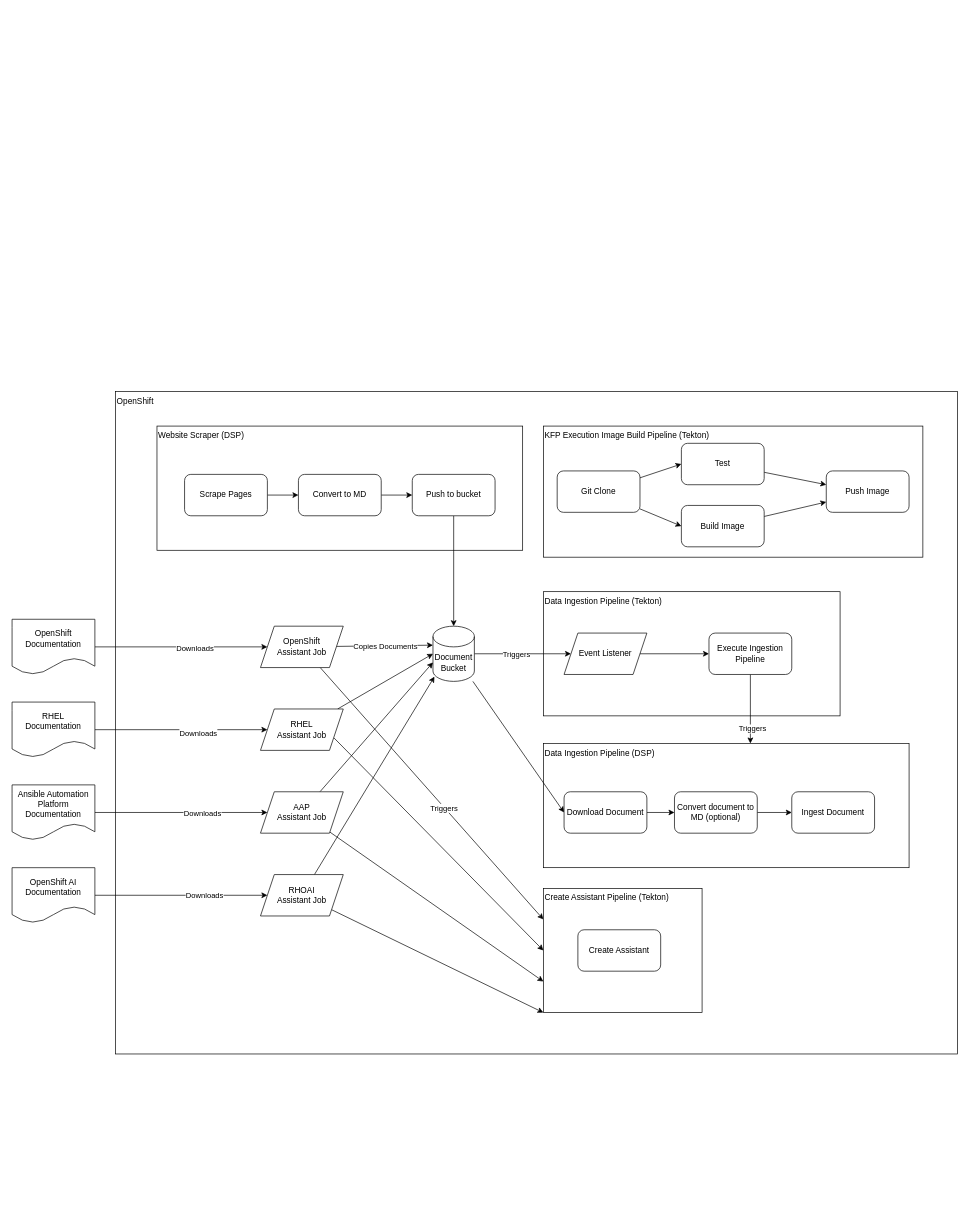
Before: architecture/possible-future-state.drawio in redhat-composer-ai/data-ingestion, a draw.io diagram. Source tidied: cells renumbered, new cells numbered last; positions are measured from the earlier drawing's top-left corner, leaving out a move shared by most shapes. Both pictures are drawn from the tidied source at 69%, with x=0, y=0 at pixel (12, 391).
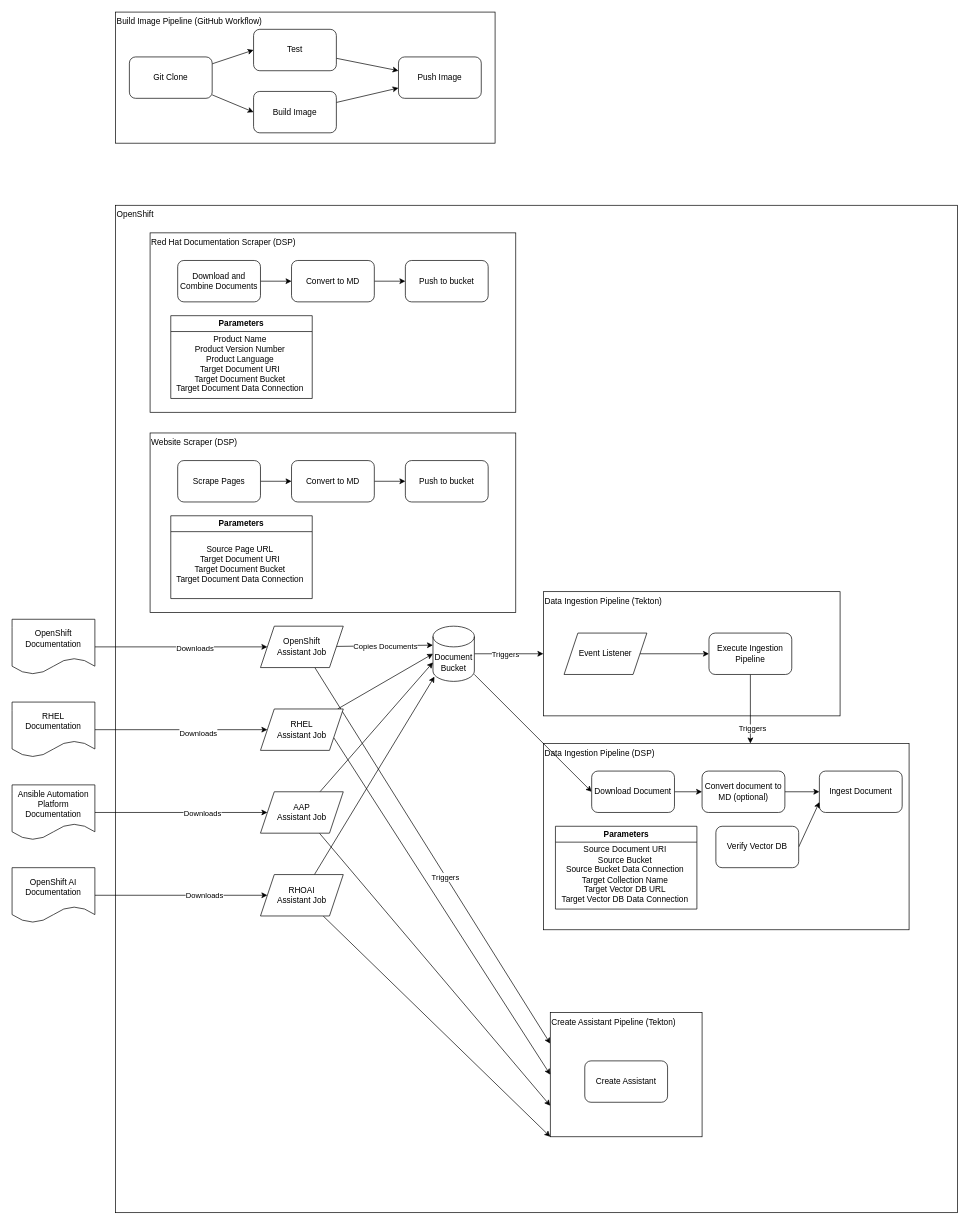
Above is the later version.

Commit message (it also covers changes not shown here):
add parameters and red aht documentation scraper

The change refers to these unchanged cells:
```xml
<mxCell id="13" value="Data Ingestion Pipeline (Tekton)" style="rounded=0;whiteSpace=wrap;html=1;align=left;verticalAlign=top;" parent="1" vertex="1">
  <mxGeometry x="770" y="290" width="430" height="180" as="geometry" />
</mxCell>
<mxCell id="15" value="Event Listener" style="shape=parallelogram;perimeter=parallelogramPerimeter;whiteSpace=wrap;html=1;fixedSize=1;" parent="1" vertex="1">
  <mxGeometry x="800" y="350" width="120" height="60" as="geometry" />
</mxCell>
<mxCell id="22" value="Document&lt;br&gt;Bucket" style="shape=cylinder3;whiteSpace=wrap;html=1;boundedLbl=1;backgroundOutline=1;size=15;" parent="1" vertex="1">
  <mxGeometry x="610" y="340" width="60" height="80" as="geometry" />
</mxCell>
```

Diff of the diagram source:
```diff
@@
     <mxCell id="2" value="OpenShift" style="rounded=0;whiteSpace=wrap;html=1;align=left;verticalAlign=top;" parent="1" vertex="1">
-      <mxGeometry x="150" width="1220" height="960" as="geometry" />
+      <mxGeometry x="150" y="-270" width="1220" height="1460" as="geometry" />
     </mxCell>
     <mxCell id="3" value="Data Ingestion Pipeline (DSP)" style="rounded=0;whiteSpace=wrap;html=1;align=left;verticalAlign=top;" parent="1" vertex="1">
-      <mxGeometry x="770" y="510" width="530" height="180" as="geometry" />
+      <mxGeometry x="770" y="510" width="530" height="270" as="geometry" />
     </mxCell>
-    <mxCell id="4" value="KFP Execution Image Build Pipeline (Tekton)" style="rounded=0;whiteSpace=wrap;html=1;align=left;verticalAlign=top;" parent="1" vertex="1">
-      <mxGeometry x="770" y="50" width="550" height="190" as="geometry" />
+    <mxCell id="4" value="Build Image Pipeline (GitHub Workflow)" style="rounded=0;whiteSpace=wrap;html=1;align=left;verticalAlign=top;" parent="1" vertex="1">
+      <mxGeometry x="150" y="-550" width="550" height="190" as="geometry" />
     </mxCell>
@@
     <mxCell id="7" value="Git Clone" style="rounded=1;whiteSpace=wrap;html=1;" parent="1" vertex="1">
-      <mxGeometry x="790" y="115" width="120" height="60" as="geometry" />
+      <mxGeometry x="170" y="-485" width="120" height="60" as="geometry" />
     </mxCell>
@@
     <mxCell id="9" value="Test" style="rounded=1;whiteSpace=wrap;html=1;" parent="1" vertex="1">
-      <mxGeometry x="970" y="75" width="120" height="60" as="geometry" />
+      <mxGeometry x="350" y="-525" width="120" height="60" as="geometry" />
     </mxCell>
@@
     <mxCell id="11" value="Build Image" style="rounded=1;whiteSpace=wrap;html=1;" parent="1" vertex="1">
-      <mxGeometry x="970" y="165" width="120" height="60" as="geometry" />
+      <mxGeometry x="350" y="-435" width="120" height="60" as="geometry" />
     </mxCell>
     <mxCell id="12" value="Push Image" style="rounded=1;whiteSpace=wrap;html=1;" parent="1" vertex="1">
-      <mxGeometry x="1180" y="115" width="120" height="60" as="geometry" />
+      <mxGeometry x="560" y="-485" width="120" height="60" as="geometry" />
     </mxCell>
@@
-    <mxCell id="19" style="edgeStyle=none;html=1;entryX=0;entryY=0.5;entryDx=0;entryDy=0;" parent="1" edge="1" source="22" target="15">
+    <mxCell id="19" style="edgeStyle=none;html=1;entryX=0;entryY=0.5;entryDx=0;entryDy=0;" parent="1" edge="1" source="22" target="13">
       <mxGeometry relative="1" as="geometry" />
     </mxCell>
@@
     <mxCell id="41" value="Download Document" style="rounded=1;whiteSpace=wrap;html=1;" parent="1" vertex="1">
-      <mxGeometry x="800" y="580" width="120" height="60" as="geometry" />
+      <mxGeometry x="840" y="550" width="120" height="60" as="geometry" />
     </mxCell>
@@
     <mxCell id="43" value="Convert document to MD (optional)" style="rounded=1;whiteSpace=wrap;html=1;" parent="1" vertex="1">
-      <mxGeometry x="960" y="580" width="120" height="60" as="geometry" />
+      <mxGeometry x="1000" y="550" width="120" height="60" as="geometry" />
     </mxCell>
     <mxCell id="44" value="Create Assistant Pipeline (Tekton)" style="rounded=0;whiteSpace=wrap;html=1;align=left;verticalAlign=top;" parent="1" vertex="1">
-      <mxGeometry x="770" y="720" width="230" height="180" as="geometry" />
+      <mxGeometry x="780" y="900" width="220" height="180" as="geometry" />
     </mxCell>
     <mxCell id="45" value="Create Assistant" style="rounded=1;whiteSpace=wrap;html=1;" parent="1" vertex="1">
-      <mxGeometry x="820" y="780" width="120" height="60" as="geometry" />
+      <mxGeometry x="830" y="970" width="120" height="60" as="geometry" />
     </mxCell>
@@
     <mxCell id="55" value="Ingest Document" style="rounded=1;whiteSpace=wrap;html=1;" parent="1" vertex="1">
-      <mxGeometry x="1130" y="580" width="120" height="60" as="geometry" />
+      <mxGeometry x="1170" y="550" width="120" height="60" as="geometry" />
     </mxCell>
     <mxCell id="56" value="Website Scraper (DSP)" style="rounded=0;whiteSpace=wrap;html=1;align=left;verticalAlign=top;" parent="1" vertex="1">
-      <mxGeometry x="210" y="50" width="530" height="180" as="geometry" />
+      <mxGeometry x="200" y="60" width="530" height="260" as="geometry" />
     </mxCell>
@@
     <mxCell id="58" value="Scrape Pages" style="rounded=1;whiteSpace=wrap;html=1;" parent="1" vertex="1">
-      <mxGeometry x="250" y="120" width="120" height="60" as="geometry" />
+      <mxGeometry x="240" y="100" width="120" height="60" as="geometry" />
     </mxCell>
@@
     <mxCell id="60" value="Convert to MD" style="rounded=1;whiteSpace=wrap;html=1;" parent="1" vertex="1">
-      <mxGeometry x="415" y="120" width="120" height="60" as="geometry" />
+      <mxGeometry x="405" y="100" width="120" height="60" as="geometry" />
     </mxCell>
-    <mxCell id="61" style="edgeStyle=none;html=1;entryX=0.5;entryY=0;entryDx=0;entryDy=0;entryPerimeter=0;" parent="1" edge="1" source="62" target="22">
-      <mxGeometry relative="1" as="geometry" />
-    </mxCell>
     <mxCell id="62" value="Push to bucket" style="rounded=1;whiteSpace=wrap;html=1;" parent="1" vertex="1">
-      <mxGeometry x="580" y="120" width="120" height="60" as="geometry" />
+      <mxGeometry x="570" y="100" width="120" height="60" as="geometry" />
     </mxCell>
+    <mxCell id="63" value="Parameters" style="swimlane;whiteSpace=wrap;html=1;" parent="1" vertex="1">
+      <mxGeometry x="230" y="180" width="205" height="120" as="geometry" />
+    </mxCell>
+    <mxCell id="64" value="Source Page URL&lt;br&gt;Target Document URI&lt;br&gt;Target Document Bucket&lt;br&gt;Target Document Data Connection" style="text;html=1;align=center;verticalAlign=middle;strokeColor=none;fillColor=none;" parent="63" vertex="1">
+      <mxGeometry x="-5" y="35" width="210" height="70" as="geometry" />
+    </mxCell>
+    <mxCell id="65" value="Parameters" style="swimlane;whiteSpace=wrap;html=1;" parent="1" vertex="1">
+      <mxGeometry x="787.5" y="630" width="205" height="120" as="geometry" />
+    </mxCell>
+    <mxCell id="66" value="Source Document URI&lt;br&gt;Source Bucket&lt;br&gt;Source Bucket Data Connection&lt;br&gt;Target Collection Name&lt;br&gt;Target Vector DB URL&lt;br&gt;Target Vector DB Data Connection" style="text;html=1;align=center;verticalAlign=middle;strokeColor=none;fillColor=none;" parent="65" vertex="1">
+      <mxGeometry x="-5" y="20" width="210" height="100" as="geometry" />
+    </mxCell>
+    <mxCell id="67" style="edgeStyle=none;html=1;entryX=0;entryY=0.75;entryDx=0;entryDy=0;exitX=1;exitY=0.5;exitDx=0;exitDy=0;" parent="1" edge="1" source="68" target="55">
+      <mxGeometry relative="1" as="geometry" />
+    </mxCell>
+    <mxCell id="68" value="Verify Vector DB" style="rounded=1;whiteSpace=wrap;html=1;" parent="1" vertex="1">
+      <mxGeometry x="1020" y="630" width="120" height="60" as="geometry" />
+    </mxCell>
+    <mxCell id="69" value="Red Hat Documentation Scraper (DSP)" style="rounded=0;whiteSpace=wrap;html=1;align=left;verticalAlign=top;" parent="1" vertex="1">
+      <mxGeometry x="200" y="-230" width="530" height="260" as="geometry" />
+    </mxCell>
+    <mxCell id="70" style="edgeStyle=none;html=1;entryX=0;entryY=0.5;entryDx=0;entryDy=0;" parent="1" edge="1" source="71" target="73">
+      <mxGeometry relative="1" as="geometry" />
+    </mxCell>
+    <mxCell id="71" value="Download and Combine Documents" style="rounded=1;whiteSpace=wrap;html=1;" parent="1" vertex="1">
+      <mxGeometry x="240" y="-190" width="120" height="60" as="geometry" />
+    </mxCell>
+    <mxCell id="72" style="edgeStyle=none;html=1;" parent="1" edge="1" source="73" target="74">
+      <mxGeometry relative="1" as="geometry" />
+    </mxCell>
+    <mxCell id="73" value="Convert to MD" style="rounded=1;whiteSpace=wrap;html=1;" parent="1" vertex="1">
+      <mxGeometry x="405" y="-190" width="120" height="60" as="geometry" />
+    </mxCell>
+    <mxCell id="74" value="Push to bucket" style="rounded=1;whiteSpace=wrap;html=1;" parent="1" vertex="1">
+      <mxGeometry x="570" y="-190" width="120" height="60" as="geometry" />
+    </mxCell>
+    <mxCell id="75" value="Parameters" style="swimlane;whiteSpace=wrap;html=1;" parent="1" vertex="1">
+      <mxGeometry x="230" y="-110" width="205" height="120" as="geometry" />
+    </mxCell>
+    <mxCell id="76" value="Product Name&lt;br&gt;Product Version Number&lt;br&gt;Product Language&lt;br&gt;Target Document URI&lt;br&gt;Target Document Bucket&lt;br&gt;Target Document Data Connection" style="text;html=1;align=center;verticalAlign=middle;strokeColor=none;fillColor=none;" parent="75" vertex="1">
+      <mxGeometry x="-5" y="20" width="210" height="100" as="geometry" />
+    </mxCell>
```
